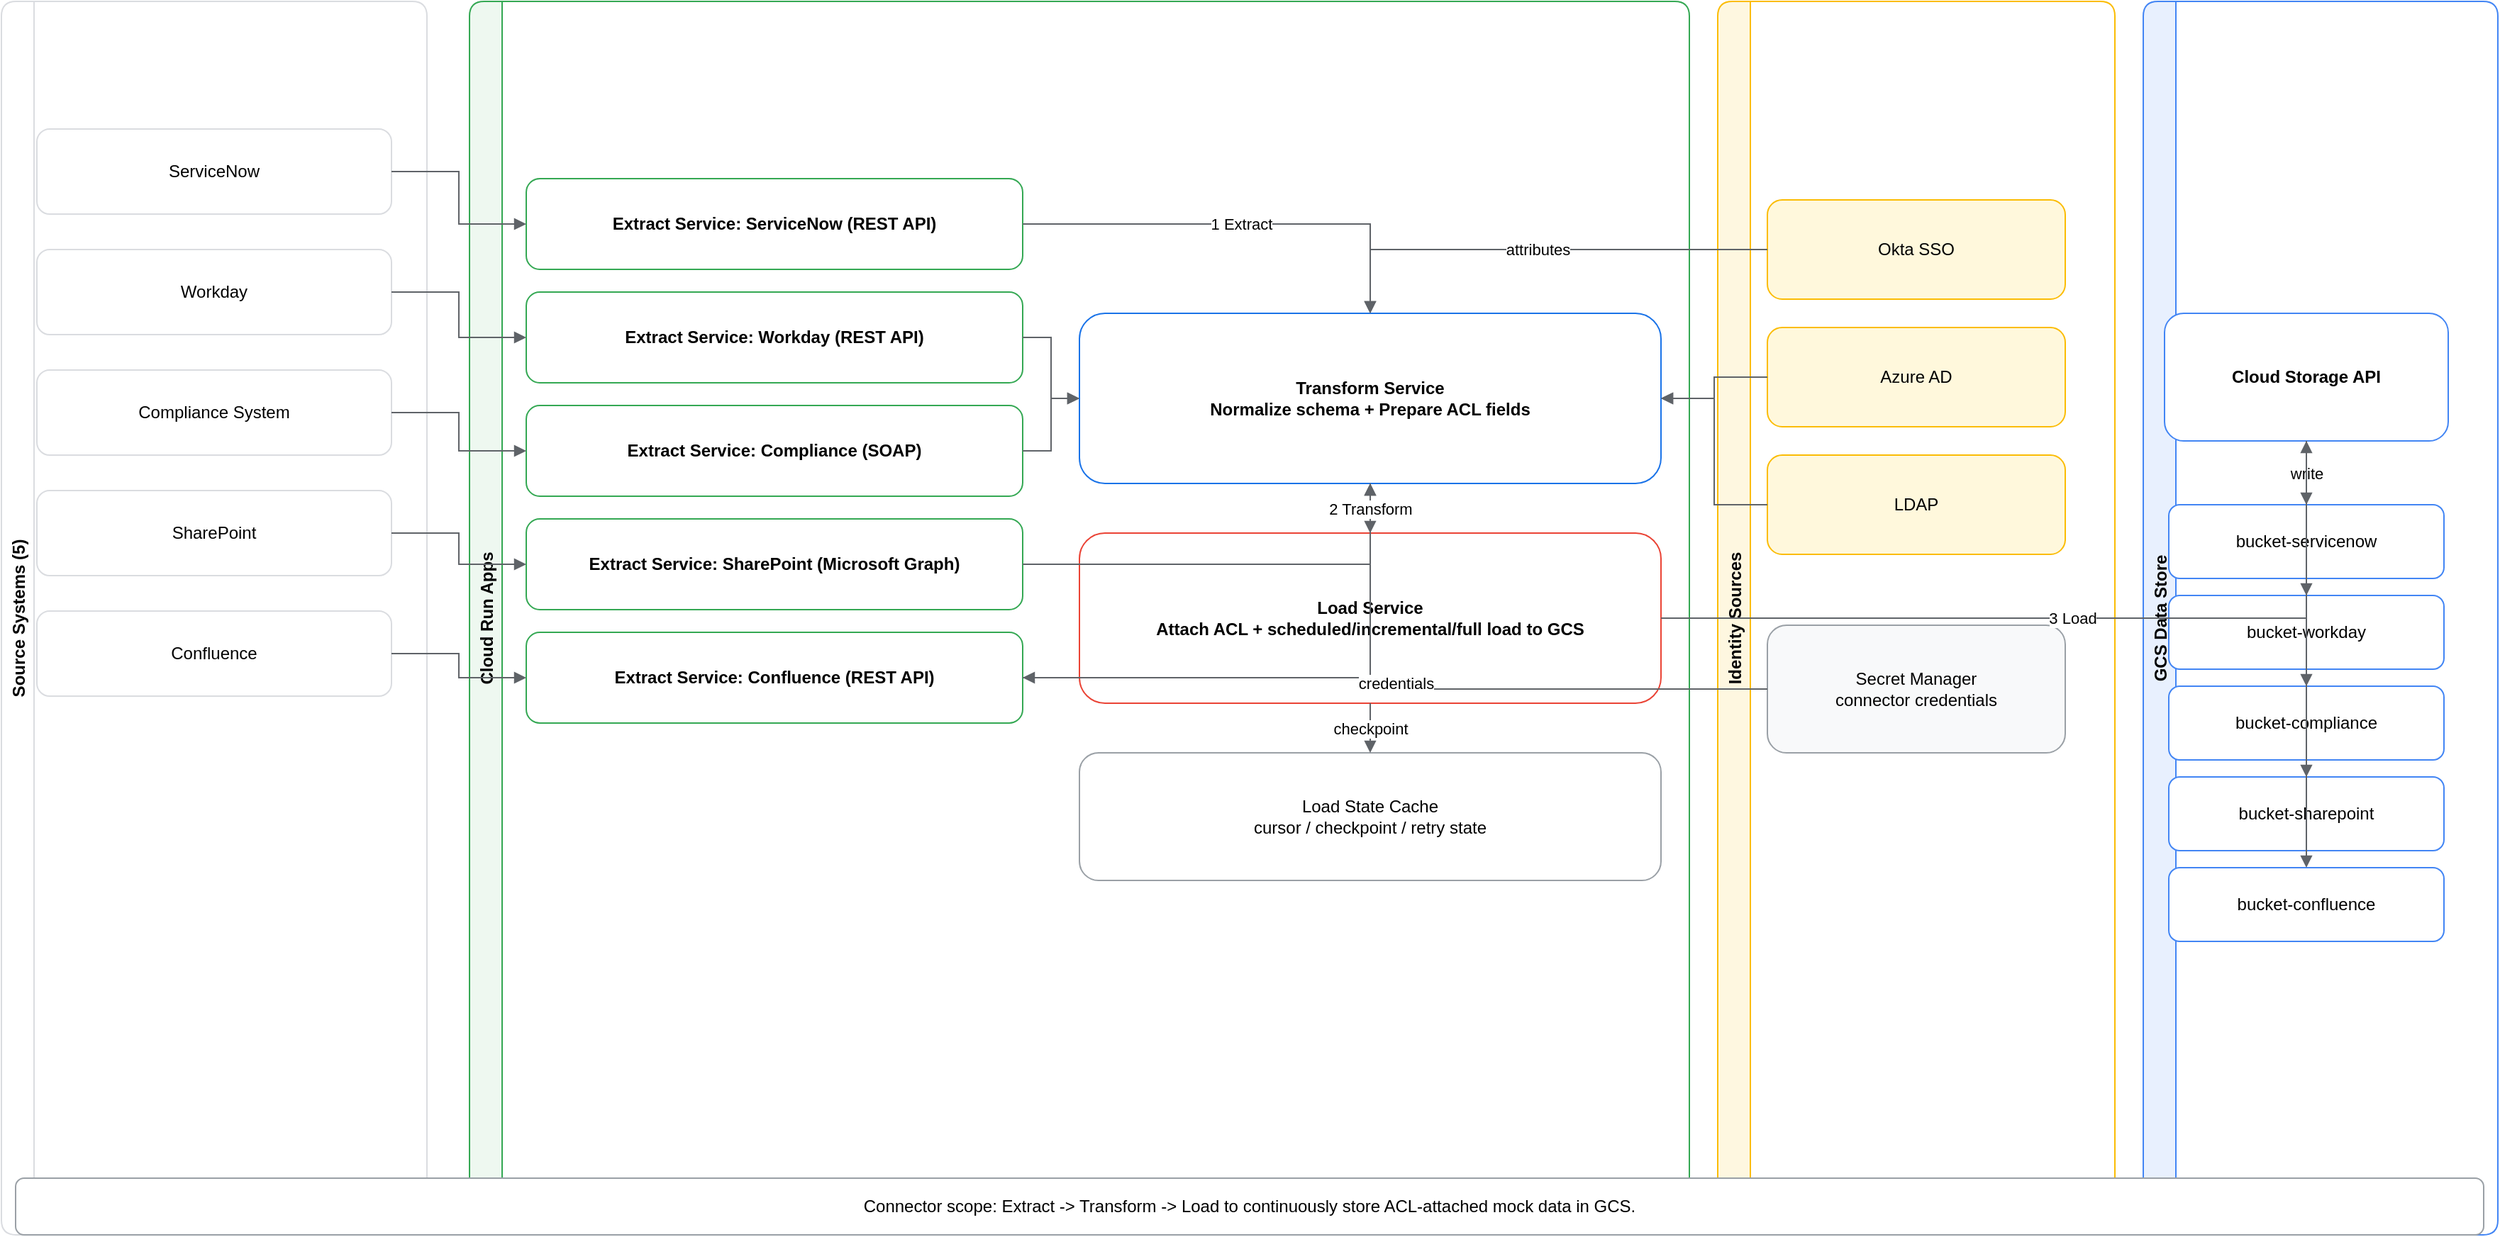
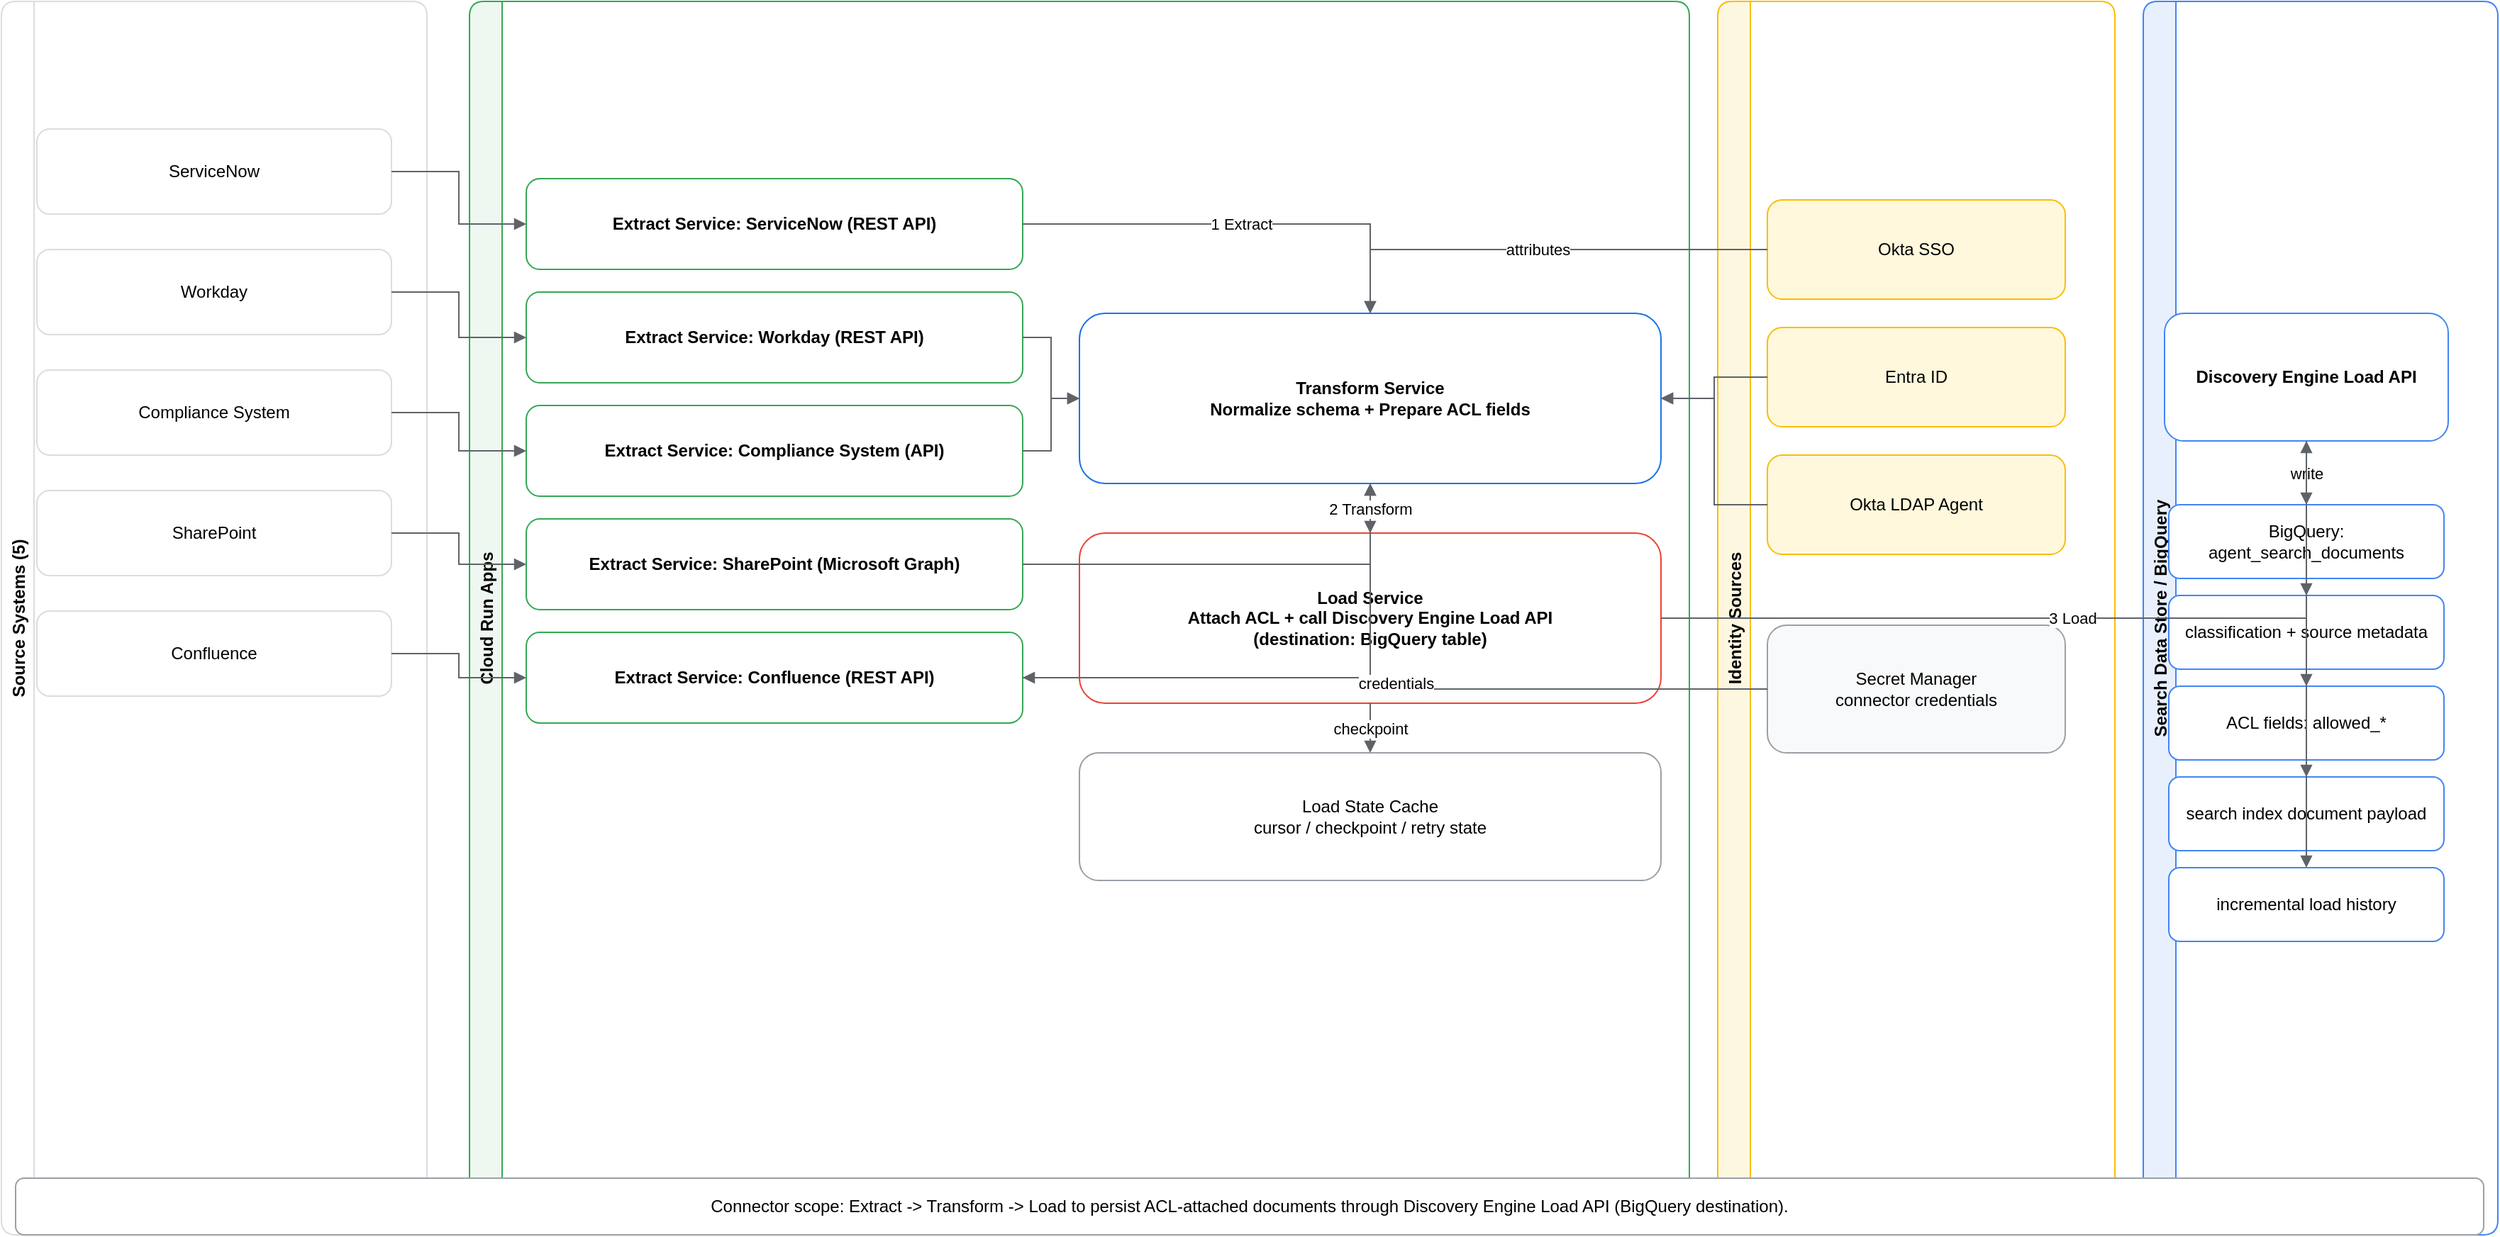
<mxfile host="app.diagrams.net" modified="2026-07-12T00:00:00.000Z" agent="Copilot" version="24.7.0" type="device">
  <diagram id="connector-arch" name="Connector Architecture">
    <mxGraphModel dx="1800" dy="980" grid="1" gridSize="10" guides="1" tooltips="1" connect="1" arrows="1" fold="1" page="1" pageScale="1" pageWidth="2000" pageHeight="1200" math="0" shadow="0">
      <root>
        <mxCell id="0"/>
        <mxCell id="1" parent="0"/>

        <mxCell id="lane-src" value="Source Systems (5)" style="swimlane;horizontal=0;rounded=1;fillColor=#ffffff;strokeColor=#dadce0;fontStyle=1;" vertex="1" parent="1">
          <mxGeometry x="20" y="80" width="300" height="870" as="geometry"/>
        </mxCell>
        <mxCell id="lane-cloudrun" value="Cloud Run Apps" style="swimlane;horizontal=0;rounded=1;fillColor=#eef8f0;strokeColor=#34a853;fontStyle=1;" vertex="1" parent="1">
          <mxGeometry x="350" y="80" width="860" height="870" as="geometry"/>
        </mxCell>
        <mxCell id="lane-identity" value="Identity Sources" style="swimlane;horizontal=0;rounded=1;fillColor=#fef7e0;strokeColor=#fbbc04;fontStyle=1;" vertex="1" parent="1">
          <mxGeometry x="1230" y="80" width="280" height="870" as="geometry"/>
        </mxCell>
-         <mxCell id="lane-target" value="GCS Data Store" style="swimlane;horizontal=0;rounded=1;fillColor=#e8f0fe;strokeColor=#4285f4;fontStyle=1;" vertex="1" parent="1">
+         <mxCell id="lane-target" value="Search Data Store / BigQuery" style="swimlane;horizontal=0;rounded=1;fillColor=#e8f0fe;strokeColor=#4285f4;fontStyle=1;" vertex="1" parent="1">
          <mxGeometry x="1530" y="80" width="250" height="870" as="geometry"/>
        </mxCell>

        <mxCell id="sys1" value="ServiceNow" style="rounded=1;whiteSpace=wrap;html=1;fillColor=#ffffff;strokeColor=#dadce0;" vertex="1" parent="1">
          <mxGeometry x="45" y="170" width="250" height="60" as="geometry"/>
        </mxCell>
        <mxCell id="sys2" value="Workday" style="rounded=1;whiteSpace=wrap;html=1;fillColor=#ffffff;strokeColor=#dadce0;" vertex="1" parent="1">
          <mxGeometry x="45" y="255" width="250" height="60" as="geometry"/>
        </mxCell>
        <mxCell id="sys3" value="Compliance System" style="rounded=1;whiteSpace=wrap;html=1;fillColor=#ffffff;strokeColor=#dadce0;" vertex="1" parent="1">
          <mxGeometry x="45" y="340" width="250" height="60" as="geometry"/>
        </mxCell>
        <mxCell id="sys4" value="SharePoint" style="rounded=1;whiteSpace=wrap;html=1;fillColor=#ffffff;strokeColor=#dadce0;" vertex="1" parent="1">
          <mxGeometry x="45" y="425" width="250" height="60" as="geometry"/>
        </mxCell>
        <mxCell id="sys5" value="Confluence" style="rounded=1;whiteSpace=wrap;html=1;fillColor=#ffffff;strokeColor=#dadce0;" vertex="1" parent="1">
          <mxGeometry x="45" y="510" width="250" height="60" as="geometry"/>
        </mxCell>

        <mxCell id="fetch1" value="Extract Service: ServiceNow (REST API)" style="rounded=1;whiteSpace=wrap;html=1;fillColor=#ffffff;strokeColor=#34a853;fontStyle=1;" vertex="1" parent="1">
          <mxGeometry x="390" y="205" width="350" height="64" as="geometry"/>
        </mxCell>
        <mxCell id="fetch2" value="Extract Service: Workday (REST API)" style="rounded=1;whiteSpace=wrap;html=1;fillColor=#ffffff;strokeColor=#34a853;fontStyle=1;" vertex="1" parent="1">
          <mxGeometry x="390" y="285" width="350" height="64" as="geometry"/>
        </mxCell>
-         <mxCell id="fetch3" value="Extract Service: Compliance (SOAP)" style="rounded=1;whiteSpace=wrap;html=1;fillColor=#ffffff;strokeColor=#34a853;fontStyle=1;" vertex="1" parent="1">
+         <mxCell id="fetch3" value="Extract Service: Compliance System (API)" style="rounded=1;whiteSpace=wrap;html=1;fillColor=#ffffff;strokeColor=#34a853;fontStyle=1;" vertex="1" parent="1">
          <mxGeometry x="390" y="365" width="350" height="64" as="geometry"/>
        </mxCell>
        <mxCell id="fetch4" value="Extract Service: SharePoint (Microsoft Graph)" style="rounded=1;whiteSpace=wrap;html=1;fillColor=#ffffff;strokeColor=#34a853;fontStyle=1;" vertex="1" parent="1">
          <mxGeometry x="390" y="445" width="350" height="64" as="geometry"/>
        </mxCell>
        <mxCell id="fetch5" value="Extract Service: Confluence (REST API)" style="rounded=1;whiteSpace=wrap;html=1;fillColor=#ffffff;strokeColor=#34a853;fontStyle=1;" vertex="1" parent="1">
          <mxGeometry x="390" y="525" width="350" height="64" as="geometry"/>
        </mxCell>

        <mxCell id="transform" value="Transform Service&#xa;Normalize schema + Prepare ACL fields" style="rounded=1;whiteSpace=wrap;html=1;fillColor=#ffffff;strokeColor=#1a73e8;fontStyle=1;" vertex="1" parent="1">
          <mxGeometry x="780" y="300" width="410" height="120" as="geometry"/>
        </mxCell>
-         <mxCell id="sync" value="Load Service&#xa;Attach ACL + scheduled/incremental/full load to GCS" style="rounded=1;whiteSpace=wrap;html=1;fillColor=#ffffff;strokeColor=#ea4335;fontStyle=1;" vertex="1" parent="1">
+         <mxCell id="sync" value="Load Service&#xa;Attach ACL + call Discovery Engine Load API&#xa;(destination: BigQuery table)" style="rounded=1;whiteSpace=wrap;html=1;fillColor=#ffffff;strokeColor=#ea4335;fontStyle=1;" vertex="1" parent="1">
          <mxGeometry x="780" y="455" width="410" height="120" as="geometry"/>
        </mxCell>
        <mxCell id="checkpoint" value="Load State Cache&#xa;cursor / checkpoint / retry state" style="rounded=1;whiteSpace=wrap;html=1;fillColor=#ffffff;strokeColor=#9aa0a6;" vertex="1" parent="1">
          <mxGeometry x="780" y="610" width="410" height="90" as="geometry"/>
        </mxCell>

        <mxCell id="okta" value="Okta SSO" style="rounded=1;whiteSpace=wrap;html=1;fillColor=#fff8dc;strokeColor=#fbbc04;" vertex="1" parent="1">
          <mxGeometry x="1265" y="220" width="210" height="70" as="geometry"/>
        </mxCell>
-         <mxCell id="azuread" value="Azure AD" style="rounded=1;whiteSpace=wrap;html=1;fillColor=#fff8dc;strokeColor=#fbbc04;" vertex="1" parent="1">
+         <mxCell id="azuread" value="Entra ID" style="rounded=1;whiteSpace=wrap;html=1;fillColor=#fff8dc;strokeColor=#fbbc04;" vertex="1" parent="1">
          <mxGeometry x="1265" y="310" width="210" height="70" as="geometry"/>
        </mxCell>
-         <mxCell id="ldap" value="LDAP" style="rounded=1;whiteSpace=wrap;html=1;fillColor=#fff8dc;strokeColor=#fbbc04;" vertex="1" parent="1">
+         <mxCell id="ldap" value="Okta LDAP Agent" style="rounded=1;whiteSpace=wrap;html=1;fillColor=#fff8dc;strokeColor=#fbbc04;" vertex="1" parent="1">
          <mxGeometry x="1265" y="400" width="210" height="70" as="geometry"/>
        </mxCell>
        <mxCell id="secret" value="Secret Manager&#xa;connector credentials" style="rounded=1;whiteSpace=wrap;html=1;fillColor=#f8f9fa;strokeColor=#9aa0a6;" vertex="1" parent="1">
          <mxGeometry x="1265" y="520" width="210" height="90" as="geometry"/>
        </mxCell>

-         <mxCell id="deapi" value="Cloud Storage API" style="rounded=1;whiteSpace=wrap;html=1;fillColor=#ffffff;strokeColor=#4285f4;fontStyle=1;" vertex="1" parent="1">
+         <mxCell id="deapi" value="Discovery Engine Load API" style="rounded=1;whiteSpace=wrap;html=1;fillColor=#ffffff;strokeColor=#4285f4;fontStyle=1;" vertex="1" parent="1">
          <mxGeometry x="1545" y="300" width="200" height="90" as="geometry"/>
        </mxCell>
-         <mxCell id="datastore1" value="bucket-servicenow" style="rounded=1;whiteSpace=wrap;html=1;fillColor=#ffffff;strokeColor=#4285f4;" vertex="1" parent="1">
+         <mxCell id="datastore1" value="BigQuery: agent_search_documents" style="rounded=1;whiteSpace=wrap;html=1;fillColor=#ffffff;strokeColor=#4285f4;" vertex="1" parent="1">
          <mxGeometry x="1548" y="435" width="194" height="52" as="geometry"/>
        </mxCell>
-         <mxCell id="datastore2" value="bucket-workday" style="rounded=1;whiteSpace=wrap;html=1;fillColor=#ffffff;strokeColor=#4285f4;" vertex="1" parent="1">
+         <mxCell id="datastore2" value="classification + source metadata" style="rounded=1;whiteSpace=wrap;html=1;fillColor=#ffffff;strokeColor=#4285f4;" vertex="1" parent="1">
          <mxGeometry x="1548" y="499" width="194" height="52" as="geometry"/>
        </mxCell>
-         <mxCell id="datastore3" value="bucket-compliance" style="rounded=1;whiteSpace=wrap;html=1;fillColor=#ffffff;strokeColor=#4285f4;" vertex="1" parent="1">
+         <mxCell id="datastore3" value="ACL fields: allowed_*" style="rounded=1;whiteSpace=wrap;html=1;fillColor=#ffffff;strokeColor=#4285f4;" vertex="1" parent="1">
          <mxGeometry x="1548" y="563" width="194" height="52" as="geometry"/>
        </mxCell>
-         <mxCell id="datastore4" value="bucket-sharepoint" style="rounded=1;whiteSpace=wrap;html=1;fillColor=#ffffff;strokeColor=#4285f4;" vertex="1" parent="1">
+         <mxCell id="datastore4" value="search index document payload" style="rounded=1;whiteSpace=wrap;html=1;fillColor=#ffffff;strokeColor=#4285f4;" vertex="1" parent="1">
          <mxGeometry x="1548" y="627" width="194" height="52" as="geometry"/>
        </mxCell>
-         <mxCell id="datastore5" value="bucket-confluence" style="rounded=1;whiteSpace=wrap;html=1;fillColor=#ffffff;strokeColor=#4285f4;" vertex="1" parent="1">
+         <mxCell id="datastore5" value="incremental load history" style="rounded=1;whiteSpace=wrap;html=1;fillColor=#ffffff;strokeColor=#4285f4;" vertex="1" parent="1">
          <mxGeometry x="1548" y="691" width="194" height="52" as="geometry"/>
        </mxCell>

-         <mxCell id="summary" value="Connector scope: Extract -&gt; Transform -&gt; Load to continuously store ACL-attached mock data in GCS." style="rounded=1;whiteSpace=wrap;html=1;fillColor=#ffffff;strokeColor=#9aa0a6;" vertex="1" parent="1">
+         <mxCell id="summary" value="Connector scope: Extract -&gt; Transform -&gt; Load to persist ACL-attached documents through Discovery Engine Load API (BigQuery destination)." style="rounded=1;whiteSpace=wrap;html=1;fillColor=#ffffff;strokeColor=#9aa0a6;" vertex="1" parent="1">
          <mxGeometry x="30" y="910" width="1740" height="40" as="geometry"/>
        </mxCell>

        <mxCell id="l1" style="edgeStyle=orthogonalEdgeStyle;rounded=0;orthogonalLoop=1;jettySize=auto;html=1;endArrow=block;endFill=1;strokeColor=#5f6368;" edge="1" parent="1" source="sys1" target="fetch1"><mxGeometry relative="1" as="geometry"/></mxCell>
        <mxCell id="l2" style="edgeStyle=orthogonalEdgeStyle;rounded=0;orthogonalLoop=1;jettySize=auto;html=1;endArrow=block;endFill=1;strokeColor=#5f6368;" edge="1" parent="1" source="sys2" target="fetch2"><mxGeometry relative="1" as="geometry"/></mxCell>
        <mxCell id="l3" style="edgeStyle=orthogonalEdgeStyle;rounded=0;orthogonalLoop=1;jettySize=auto;html=1;endArrow=block;endFill=1;strokeColor=#5f6368;" edge="1" parent="1" source="sys3" target="fetch3"><mxGeometry relative="1" as="geometry"/></mxCell>
        <mxCell id="l4" style="edgeStyle=orthogonalEdgeStyle;rounded=0;orthogonalLoop=1;jettySize=auto;html=1;endArrow=block;endFill=1;strokeColor=#5f6368;" edge="1" parent="1" source="sys4" target="fetch4"><mxGeometry relative="1" as="geometry"/></mxCell>
        <mxCell id="l5" style="edgeStyle=orthogonalEdgeStyle;rounded=0;orthogonalLoop=1;jettySize=auto;html=1;endArrow=block;endFill=1;strokeColor=#5f6368;" edge="1" parent="1" source="sys5" target="fetch5"><mxGeometry relative="1" as="geometry"/></mxCell>

        <mxCell id="l6" value="1 Extract" style="edgeStyle=orthogonalEdgeStyle;rounded=0;orthogonalLoop=1;jettySize=auto;html=1;endArrow=block;endFill=1;strokeColor=#5f6368;" edge="1" parent="1" source="fetch1" target="transform"><mxGeometry relative="1" as="geometry"/></mxCell>
        <mxCell id="l7" style="edgeStyle=orthogonalEdgeStyle;rounded=0;orthogonalLoop=1;jettySize=auto;html=1;endArrow=block;endFill=1;strokeColor=#5f6368;" edge="1" parent="1" source="fetch2" target="transform"><mxGeometry relative="1" as="geometry"/></mxCell>
        <mxCell id="l8" style="edgeStyle=orthogonalEdgeStyle;rounded=0;orthogonalLoop=1;jettySize=auto;html=1;endArrow=block;endFill=1;strokeColor=#5f6368;" edge="1" parent="1" source="fetch3" target="transform"><mxGeometry relative="1" as="geometry"/></mxCell>
        <mxCell id="l9" style="edgeStyle=orthogonalEdgeStyle;rounded=0;orthogonalLoop=1;jettySize=auto;html=1;endArrow=block;endFill=1;strokeColor=#5f6368;" edge="1" parent="1" source="fetch4" target="transform"><mxGeometry relative="1" as="geometry"/></mxCell>
        <mxCell id="l10" style="edgeStyle=orthogonalEdgeStyle;rounded=0;orthogonalLoop=1;jettySize=auto;html=1;endArrow=block;endFill=1;strokeColor=#5f6368;" edge="1" parent="1" source="fetch5" target="transform"><mxGeometry relative="1" as="geometry"/></mxCell>

        <mxCell id="l11" value="2 Transform" style="edgeStyle=orthogonalEdgeStyle;rounded=0;orthogonalLoop=1;jettySize=auto;html=1;endArrow=block;endFill=1;strokeColor=#5f6368;" edge="1" parent="1" source="transform" target="sync"><mxGeometry relative="1" as="geometry"/></mxCell>
        <mxCell id="l12" value="3 Load" style="edgeStyle=orthogonalEdgeStyle;rounded=0;orthogonalLoop=1;jettySize=auto;html=1;endArrow=block;endFill=1;strokeColor=#5f6368;" edge="1" parent="1" source="sync" target="deapi"><mxGeometry relative="1" as="geometry"/></mxCell>
        <mxCell id="l13" value="write" style="edgeStyle=orthogonalEdgeStyle;rounded=0;orthogonalLoop=1;jettySize=auto;html=1;endArrow=block;endFill=1;strokeColor=#5f6368;" edge="1" parent="1" source="deapi" target="datastore1"><mxGeometry relative="1" as="geometry"/></mxCell>
        <mxCell id="l13b" style="edgeStyle=orthogonalEdgeStyle;rounded=0;orthogonalLoop=1;jettySize=auto;html=1;endArrow=block;endFill=1;strokeColor=#5f6368;" edge="1" parent="1" source="deapi" target="datastore2"><mxGeometry relative="1" as="geometry"/></mxCell>
        <mxCell id="l13c" style="edgeStyle=orthogonalEdgeStyle;rounded=0;orthogonalLoop=1;jettySize=auto;html=1;endArrow=block;endFill=1;strokeColor=#5f6368;" edge="1" parent="1" source="deapi" target="datastore3"><mxGeometry relative="1" as="geometry"/></mxCell>
        <mxCell id="l13d" style="edgeStyle=orthogonalEdgeStyle;rounded=0;orthogonalLoop=1;jettySize=auto;html=1;endArrow=block;endFill=1;strokeColor=#5f6368;" edge="1" parent="1" source="deapi" target="datastore4"><mxGeometry relative="1" as="geometry"/></mxCell>
        <mxCell id="l13e" style="edgeStyle=orthogonalEdgeStyle;rounded=0;orthogonalLoop=1;jettySize=auto;html=1;endArrow=block;endFill=1;strokeColor=#5f6368;" edge="1" parent="1" source="deapi" target="datastore5"><mxGeometry relative="1" as="geometry"/></mxCell>
        <mxCell id="l14" value="attributes" style="edgeStyle=orthogonalEdgeStyle;rounded=0;orthogonalLoop=1;jettySize=auto;html=1;endArrow=block;endFill=1;strokeColor=#5f6368;" edge="1" parent="1" source="okta" target="transform"><mxGeometry relative="1" as="geometry"/></mxCell>
        <mxCell id="l15" style="edgeStyle=orthogonalEdgeStyle;rounded=0;orthogonalLoop=1;jettySize=auto;html=1;endArrow=block;endFill=1;strokeColor=#5f6368;" edge="1" parent="1" source="azuread" target="transform"><mxGeometry relative="1" as="geometry"/></mxCell>
        <mxCell id="l16" style="edgeStyle=orthogonalEdgeStyle;rounded=0;orthogonalLoop=1;jettySize=auto;html=1;endArrow=block;endFill=1;strokeColor=#5f6368;" edge="1" parent="1" source="ldap" target="transform"><mxGeometry relative="1" as="geometry"/></mxCell>
        <mxCell id="l17" value="credentials" style="edgeStyle=orthogonalEdgeStyle;rounded=0;orthogonalLoop=1;jettySize=auto;html=1;endArrow=block;endFill=1;strokeColor=#5f6368;" edge="1" parent="1" source="secret" target="fetch5"><mxGeometry relative="1" as="geometry"/></mxCell>
        <mxCell id="l18" value="checkpoint" style="edgeStyle=orthogonalEdgeStyle;rounded=0;orthogonalLoop=1;jettySize=auto;html=1;endArrow=block;endFill=1;strokeColor=#5f6368;" edge="1" parent="1" source="sync" target="checkpoint"><mxGeometry relative="1" as="geometry"/></mxCell>
      </root>
    </mxGraphModel>
  </diagram>
</mxfile>
